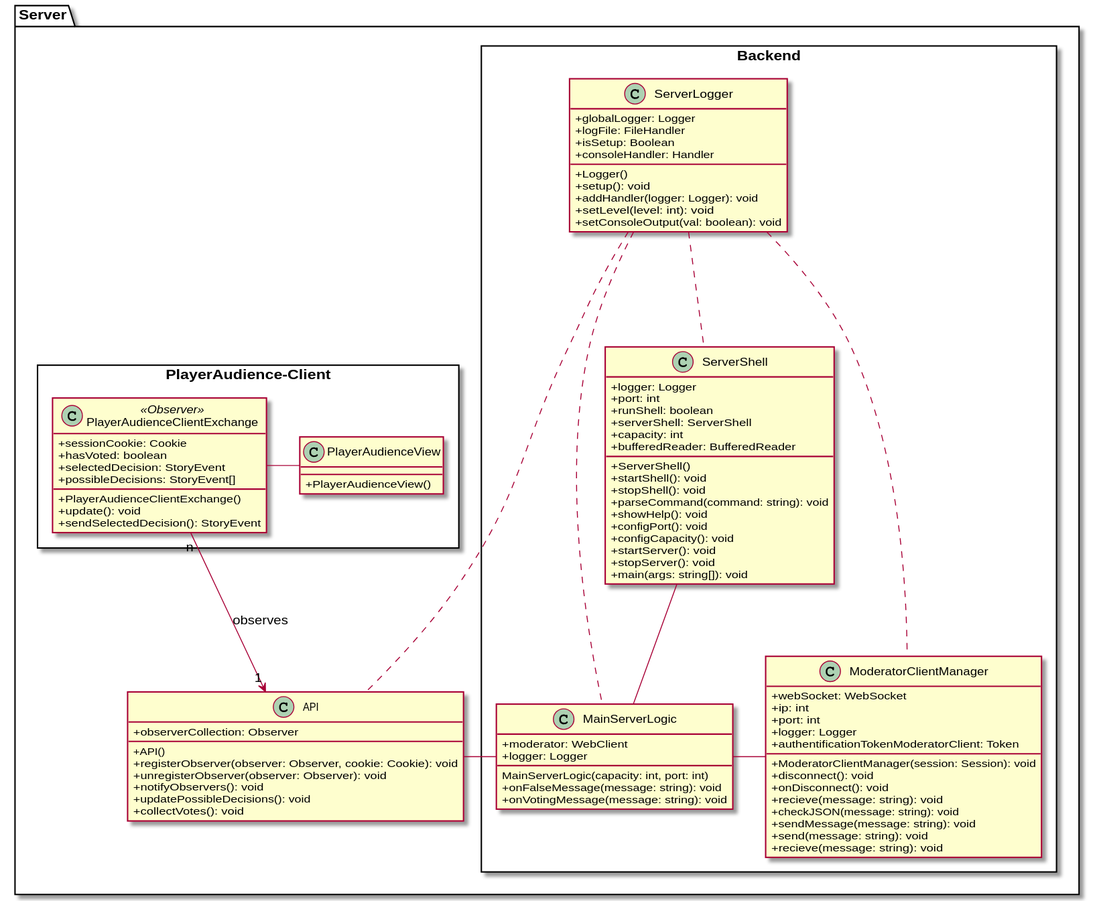
Brotenko/QualityQuest keeps this PlantUML diagram as Docs/Technical Specifications/docs/diagrams/ClassDiagrams/ServerClassDiagram.svg. Above is the earlier version.
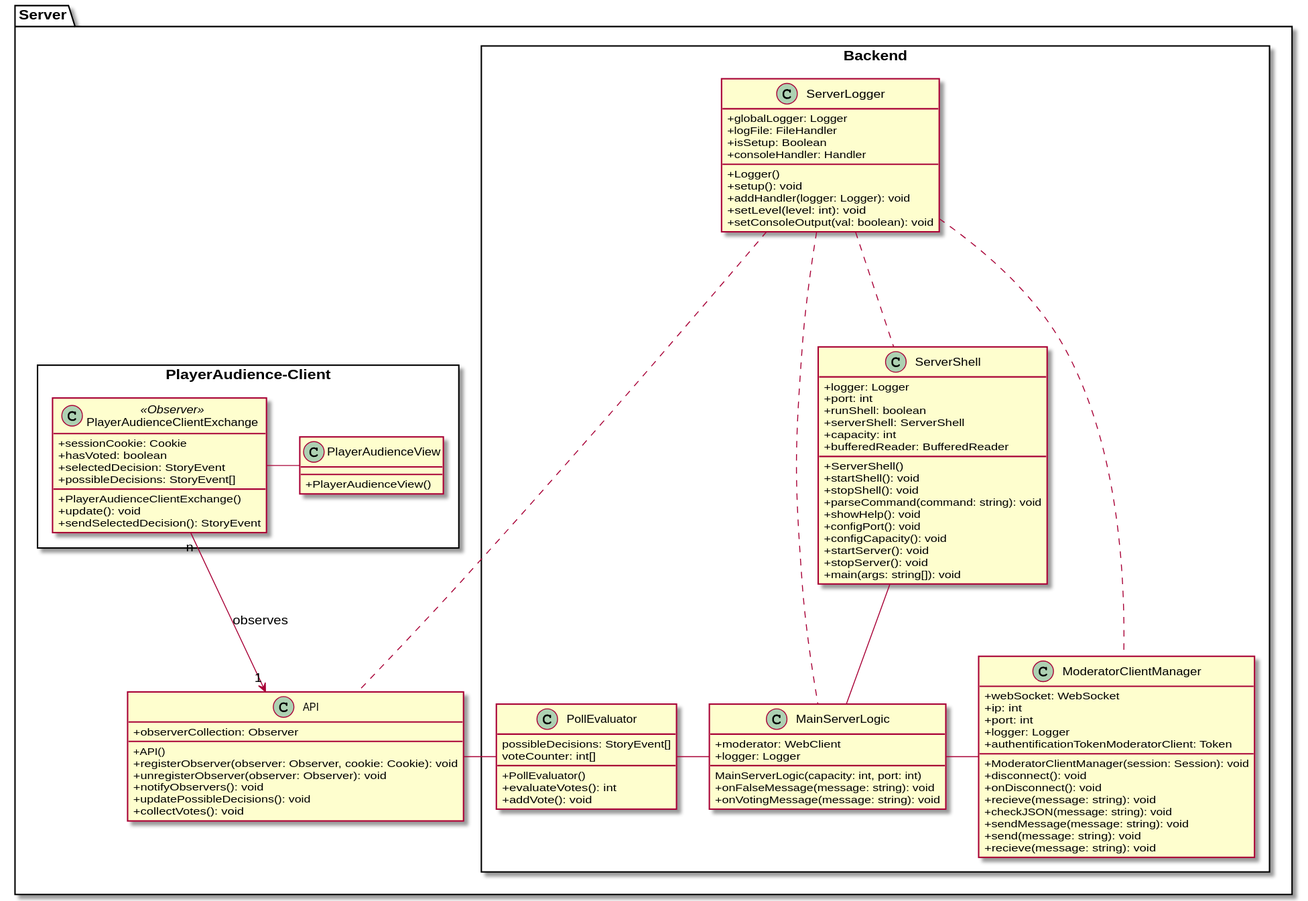
The same diagram one commit later.

Commit message:
moved pollEvaluator-class from moderator-client to server

Diff of the diagram source:
```diff
@@ -1,6 +1,5 @@
 @startuml
 skinparam classAttributeIconSize 0
-
 package "Server" {
    class "API" as api {
         {field} +observerCollection: Observer
@@ -57,6 +56,14 @@
 
     }
 
+    class "PollEvaluator" as pe {
+    {field} possibleDecisions: StoryEvent[]
+    {field} voteCounter: int[]
+    {method} +PollEvaluator()
+    {method} +evaluateVotes(): int
+    {method} +addVote(): void
+  }
+
     class "ServerLogger" as sl {
       {field} +globalLogger: Logger
       {field} +logFile: FileHandler
@@ -86,7 +93,8 @@
   }
   ss -- msl
   msl - cm
-  msl -left- api
+  msl -left- pe
+  pe -left- api
   sl ... cm
   sl ... msl
   sl ... api
```
